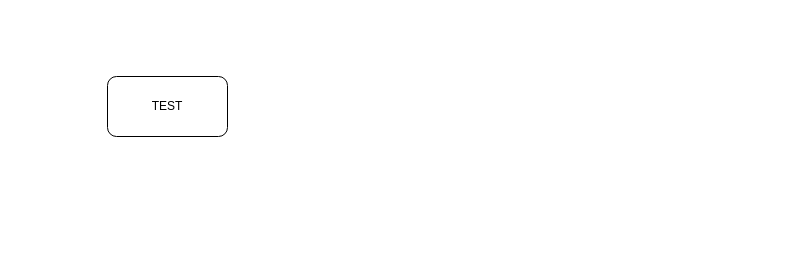
reanimation47/HUST-GatherPoint-Server keeps this draw.io diagram as design/flowchart/GatherPoint-SystemDesign.drawio. Above is the earlier version. Source tidied: cells renumbered, new cells numbered last; positions are measured from the earlier drawing's top-left corner, leaving out a move shared by most shapes. Both pictures are drawn from the tidied source at 100%, with x=0, y=0 at pixel (107, 76).
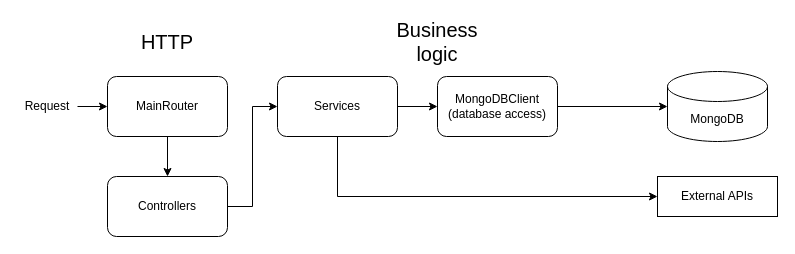
Above is the later version.

Commit message:
add overview flowchart

Diff of the diagram source:
```diff
@@
 <mxGraphModel>
   <root>
     <mxCell id="0" />
     <mxCell id="1" parent="0" />
+    <mxCell id="3" style="edgeStyle=orthogonalEdgeStyle;rounded=0;jettySize=auto;html=1;" parent="1" edge="1" source="2" target="5">
+      <mxGeometry relative="1" as="geometry" />
+    </mxCell>
-    <mxCell id="2" value="TEST" style="rounded=1;whiteSpace=wrap;html=1;" parent="1" vertex="1">
+    <mxCell id="2" value="MainRouter" style="rounded=1;whiteSpace=wrap;html=1;" parent="1" vertex="1">
       <mxGeometry width="120" height="60" as="geometry" />
     </mxCell>
+    <mxCell id="4" style="edgeStyle=orthogonalEdgeStyle;rounded=0;jettySize=auto;html=1;entryX=0;entryY=0.5;entryDx=0;entryDy=0;" parent="1" edge="1" source="5" target="11">
+      <mxGeometry relative="1" as="geometry" />
+    </mxCell>
+    <mxCell id="5" value="Controllers" style="rounded=1;whiteSpace=wrap;html=1;" parent="1" vertex="1">
+      <mxGeometry y="100" width="120" height="60" as="geometry" />
+    </mxCell>
+    <mxCell id="6" value="&lt;font style=&quot;font-size: 20px;&quot;&gt;HTTP&lt;/font&gt;" style="text;html=1;align=center;verticalAlign=middle;whiteSpace=wrap;rounded=0;" parent="1" vertex="1">
+      <mxGeometry x="30" y="-50" width="60" height="30" as="geometry" />
+    </mxCell>
+    <mxCell id="7" style="edgeStyle=orthogonalEdgeStyle;rounded=0;jettySize=auto;html=1;" parent="1" edge="1" source="8" target="2">
+      <mxGeometry relative="1" as="geometry" />
+    </mxCell>
+    <mxCell id="8" value="Request" style="text;html=1;align=center;verticalAlign=middle;whiteSpace=wrap;rounded=0;" parent="1" vertex="1">
+      <mxGeometry x="-90" y="15" width="60" height="30" as="geometry" />
+    </mxCell>
+    <mxCell id="9" style="edgeStyle=orthogonalEdgeStyle;rounded=0;jettySize=auto;html=1;" parent="1" edge="1" source="11" target="13">
+      <mxGeometry relative="1" as="geometry" />
+    </mxCell>
+    <mxCell id="10" style="edgeStyle=orthogonalEdgeStyle;rounded=0;jettySize=auto;html=1;entryX=0;entryY=0.5;entryDx=0;entryDy=0;" parent="1" edge="1" source="11" target="15">
+      <mxGeometry relative="1" as="geometry">
+        <Array as="points">
+          <mxPoint x="230" y="120" />
+        </Array>
+      </mxGeometry>
+    </mxCell>
+    <mxCell id="11" value="Services" style="rounded=1;whiteSpace=wrap;html=1;" parent="1" vertex="1">
+      <mxGeometry x="170" width="120" height="60" as="geometry" />
+    </mxCell>
+    <mxCell id="12" style="edgeStyle=orthogonalEdgeStyle;rounded=0;jettySize=auto;html=1;" parent="1" edge="1" source="13" target="14">
+      <mxGeometry relative="1" as="geometry" />
+    </mxCell>
+    <mxCell id="13" value="MongoDBClient&lt;br&gt;(database access)" style="rounded=1;whiteSpace=wrap;html=1;" parent="1" vertex="1">
+      <mxGeometry x="330" width="120" height="60" as="geometry" />
+    </mxCell>
+    <mxCell id="14" value="MongoDB" style="shape=cylinder3;whiteSpace=wrap;html=1;boundedLbl=1;backgroundOutline=1;size=15;" parent="1" vertex="1">
+      <mxGeometry x="560" y="-5" width="100" height="70" as="geometry" />
+    </mxCell>
+    <mxCell id="15" value="External APIs" style="rounded=0;whiteSpace=wrap;html=1;" parent="1" vertex="1">
+      <mxGeometry x="550" y="100" width="120" height="40" as="geometry" />
+    </mxCell>
+    <mxCell id="16" value="&lt;font style=&quot;font-size: 20px;&quot;&gt;Business logic&lt;/font&gt;" style="text;html=1;align=center;verticalAlign=middle;whiteSpace=wrap;rounded=0;" parent="1" vertex="1">
+      <mxGeometry x="300" y="-50" width="60" height="30" as="geometry" />
+    </mxCell>
   </root>
 </mxGraphModel>
```
